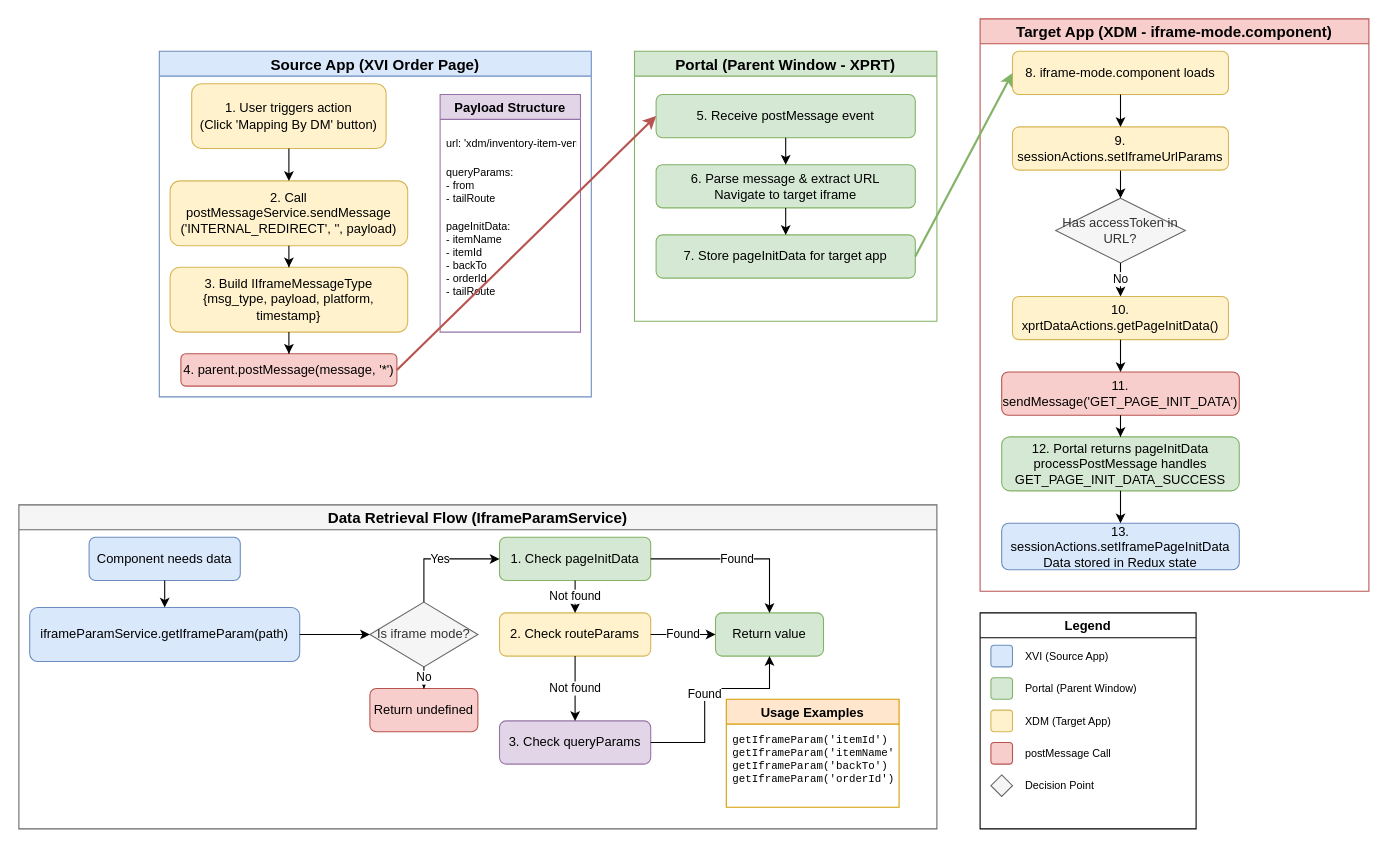
Earlier version of the draw.io diagram Portal-Internal-Redirect.drawio (SmileSB1O1/draw-active). Source tidied: cells renumbered, new cells numbered last; positions are measured from the earlier drawing's top-left corner, leaving out a move shared by most shapes. Both pictures are drawn from the tidied source at 108%, with x=0, y=0 at pixel (18, 18).
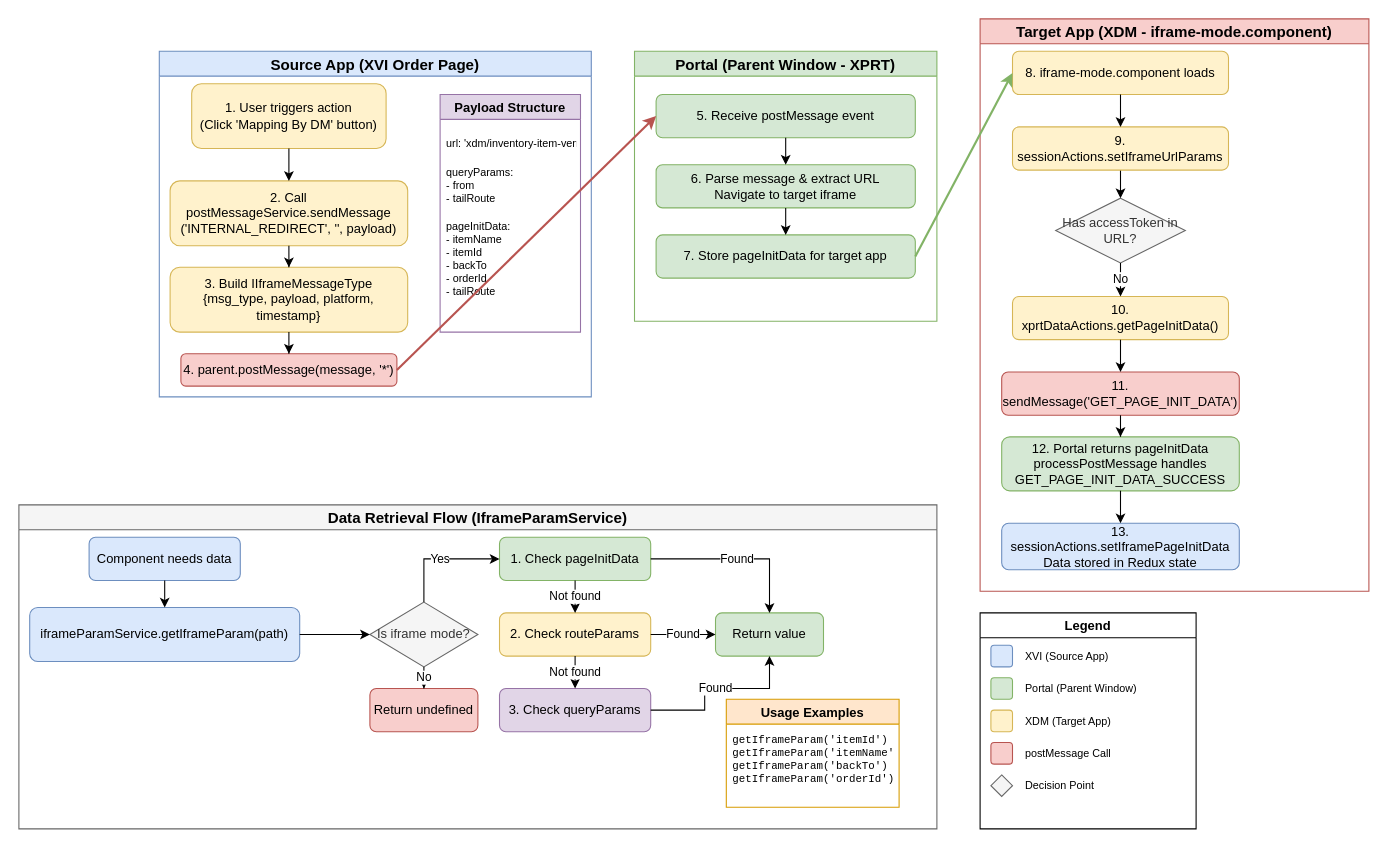
The same page after the edit.

Unchanged cells that the change refers to:
```xml
<mxCell id="36" value="Data Retrieval Flow (IframeParamService)" style="swimlane;fillColor=#f5f5f5;strokeColor=#666666;fontStyle=1;fontSize=14;" parent="1" vertex="1">
  <mxGeometry y="450" width="850" height="300" as="geometry" />
</mxCell>
<mxCell id="44" value="Return value" style="rounded=1;whiteSpace=wrap;html=1;fillColor=#d5e8d4;strokeColor=#82b366;" parent="36" vertex="1">
  <mxGeometry x="645" y="100" width="100" height="40" as="geometry" />
</mxCell>
```

The edit, as a diff of the source:
```diff
@@
     <mxCell id="43" value="3. Check queryParams" style="rounded=1;whiteSpace=wrap;html=1;fillColor=#e1d5e7;strokeColor=#9673a6;" parent="36" vertex="1">
-      <mxGeometry x="445" y="200" width="140" height="40" as="geometry" />
+      <mxGeometry x="445" y="170" width="140" height="40" as="geometry" />
     </mxCell>
@@
-    <mxCell id="53" value="Found" style="edgeStyle=orthogonalEdgeStyle;rounded=0;jettySize=auto;html=1;entryX=0.5;entryY=1;entryDx=0;entryDy=0;" parent="36" edge="1" source="43" target="44">
+    <mxCell id="53" value="Found" style="edgeStyle=orthogonalEdgeStyle;rounded=0;jettySize=auto;html=1;entryX=0.5;entryY=1;entryDx=0;entryDy=0;exitX=1;exitY=0.5;exitDx=0;exitDy=0;" parent="36" edge="1" source="43" target="44">
       <mxGeometry relative="1" as="geometry">
         <Array as="points">
-          <mxPoint x="635" y="220" />
+          <mxPoint x="635" y="190" />
           <mxPoint x="635" y="170" />
           <mxPoint x="695" y="170" />
         </Array>
       </mxGeometry>
     </mxCell>
```
